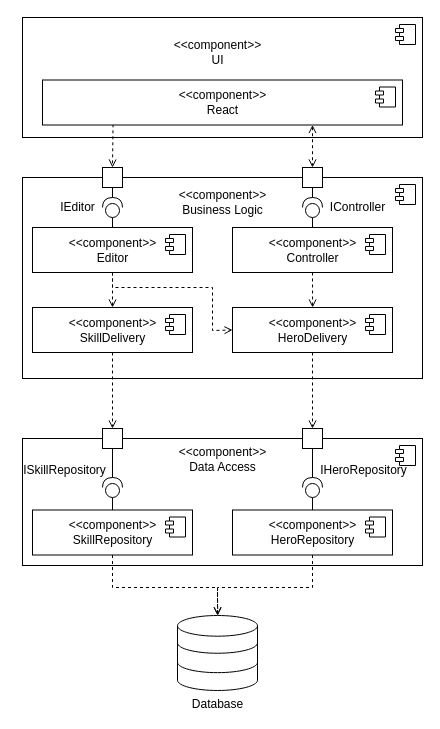
Earlier version of the draw.io diagram lab02/diagrams/components.drawio (kalashkovpaul/bmstu-sd). Source tidied: cells renumbered, new cells numbered last; positions are measured from the earlier drawing's top-left corner, leaving out a move shared by most shapes. Both pictures are drawn from the tidied source at 100%, with x=0, y=0 at pixel (17, 17).
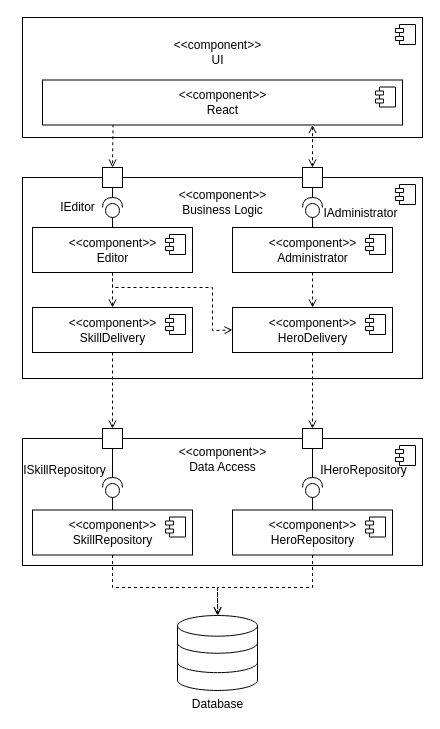
The same diagram, later.

Change to the diagram source:
```diff
@@
-    <mxCell id="19" value="&amp;lt;&amp;lt;component&amp;gt;&amp;gt;&lt;br&gt;Controller" style="html=1;direction=south;" parent="1" vertex="1">
+    <mxCell id="19" value="&amp;lt;&amp;lt;component&amp;gt;&amp;gt;&lt;br&gt;Administrator" style="html=1;direction=south;" parent="1" vertex="1">
       <mxGeometry x="215" y="210" width="160" height="45" as="geometry" />
     </mxCell>
@@
-    <mxCell id="27" value="IController" style="text;html=1;align=center;verticalAlign=middle;fillColor=none;strokeColor=none;rounded=0;" parent="1" vertex="1">
-      <mxGeometry x="305" y="180" width="70" height="20" as="geometry" />
+    <mxCell id="27" value="IAdministrator" style="text;html=1;align=center;verticalAlign=middle;fillColor=none;strokeColor=none;rounded=0;" parent="1" vertex="1">
+      <mxGeometry x="301" y="187" width="84" height="18" as="geometry" />
     </mxCell>
```
